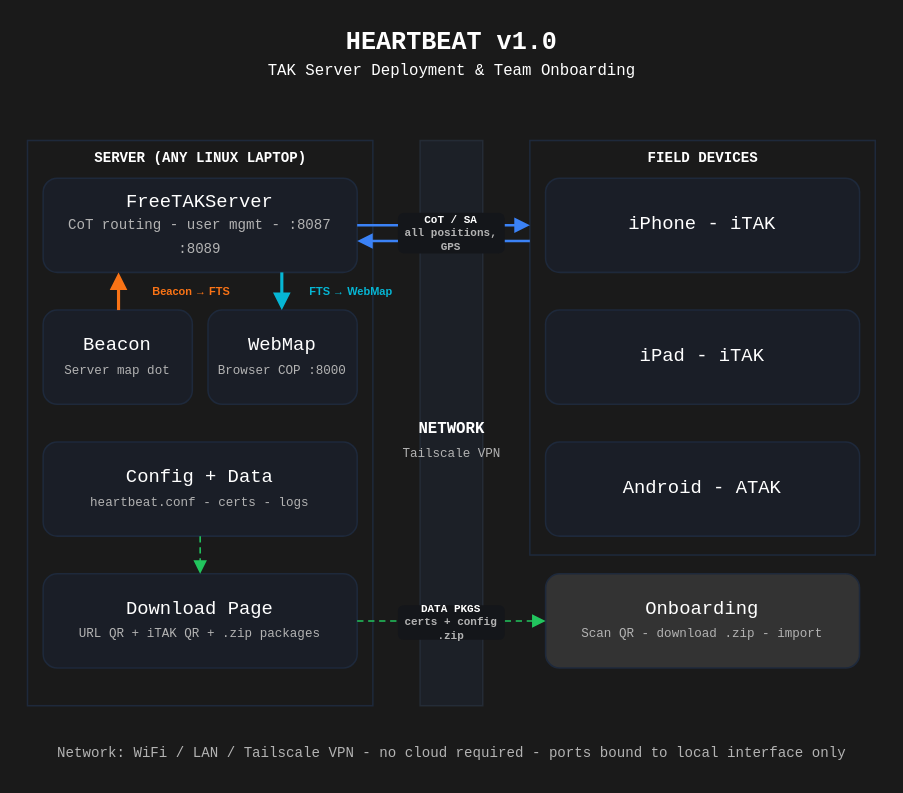
Earlier version of the draw.io diagram docs/architecture/architecture-v2.drawio (fwromano/heartbeat). Source tidied: cells renumbered, new cells numbered last; positions are measured from the earlier drawing's top-left corner, leaving out a move shared by most shapes. Both pictures are drawn from the tidied source at 157%, with x=0, y=0 at pixel (27, 27).
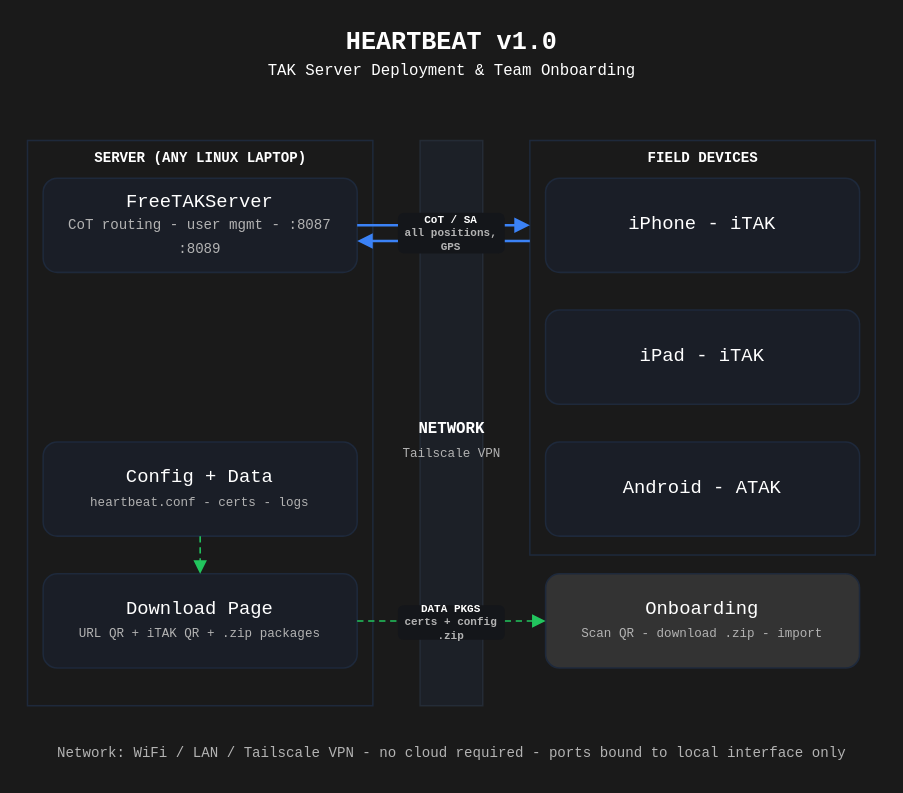
The same diagram, later.

What changed in the source:
```diff
@@
-    <mxCell id="7" value="Beacon&lt;br&gt;&lt;span style=&quot;font-size: 8px;&quot;&gt;&lt;font style=&quot;color: rgb(179, 179, 179);&quot;&gt;Server map dot&lt;/font&gt;&lt;/span&gt;" style="rounded=1;whiteSpace=wrap;html=1;align=center;verticalAlign=middle;fillColor=#1a1e27;strokeColor=#1e293b;fontColor=light-dark(#FFFFFF,#2F3842);fontFamily=Courier New;" parent="1" vertex="1">
-      <mxGeometry x="10" y="180" width="95" height="60" as="geometry" />
-    </mxCell>
-    <mxCell id="8" value="WebMap&lt;br&gt;&lt;span style=&quot;font-size: 8px;&quot;&gt;&lt;font style=&quot;color: rgb(179, 179, 179);&quot;&gt;Browser COP :8000&lt;/font&gt;&lt;/span&gt;" style="rounded=1;whiteSpace=wrap;html=1;align=center;verticalAlign=middle;fillColor=#1a1e27;strokeColor=#1e293b;fontColor=light-dark(#FFFFFF,#2F3842);fontFamily=Courier New;" parent="1" vertex="1">
-      <mxGeometry x="115" y="180" width="95" height="60" as="geometry" />
-    </mxCell>
@@
-    <mxCell id="11" style="endArrow=block;strokeColor=#f97316;strokeWidth=2;fontColor=light-dark(#FFFFFF,#2F3842);fontFamily=Courier New;" parent="1" edge="1">
-      <mxGeometry relative="1" as="geometry">
-        <mxPoint x="58" y="180" as="sourcePoint" />
-        <mxPoint x="58" y="156" as="targetPoint" />
-      </mxGeometry>
-    </mxCell>
-    <mxCell id="12" style="endArrow=block;strokeColor=#06b6d4;strokeWidth=2;fontColor=light-dark(#FFFFFF,#2F3842);fontFamily=Courier New;" parent="1" edge="1">
-      <mxGeometry relative="1" as="geometry">
-        <mxPoint x="162" y="156" as="sourcePoint" />
-        <mxPoint x="162" y="180" as="targetPoint" />
-      </mxGeometry>
-    </mxCell>
-    <mxCell id="13" value="Beacon &amp;#8594; FTS" style="text;html=1;align=left;verticalAlign=middle;fontSize=7;fontStyle=1;fontColor=#f97316;" parent="1" vertex="1">
-      <mxGeometry x="78" y="163" width="70" height="12" as="geometry" />
-    </mxCell>
-    <mxCell id="14" value="FTS &amp;#8594; WebMap" style="text;html=1;align=left;verticalAlign=middle;fontSize=7;fontStyle=1;fontColor=#06b6d4;" parent="1" vertex="1">
-      <mxGeometry x="178" y="163" width="80" height="12" as="geometry" />
-    </mxCell>
```
